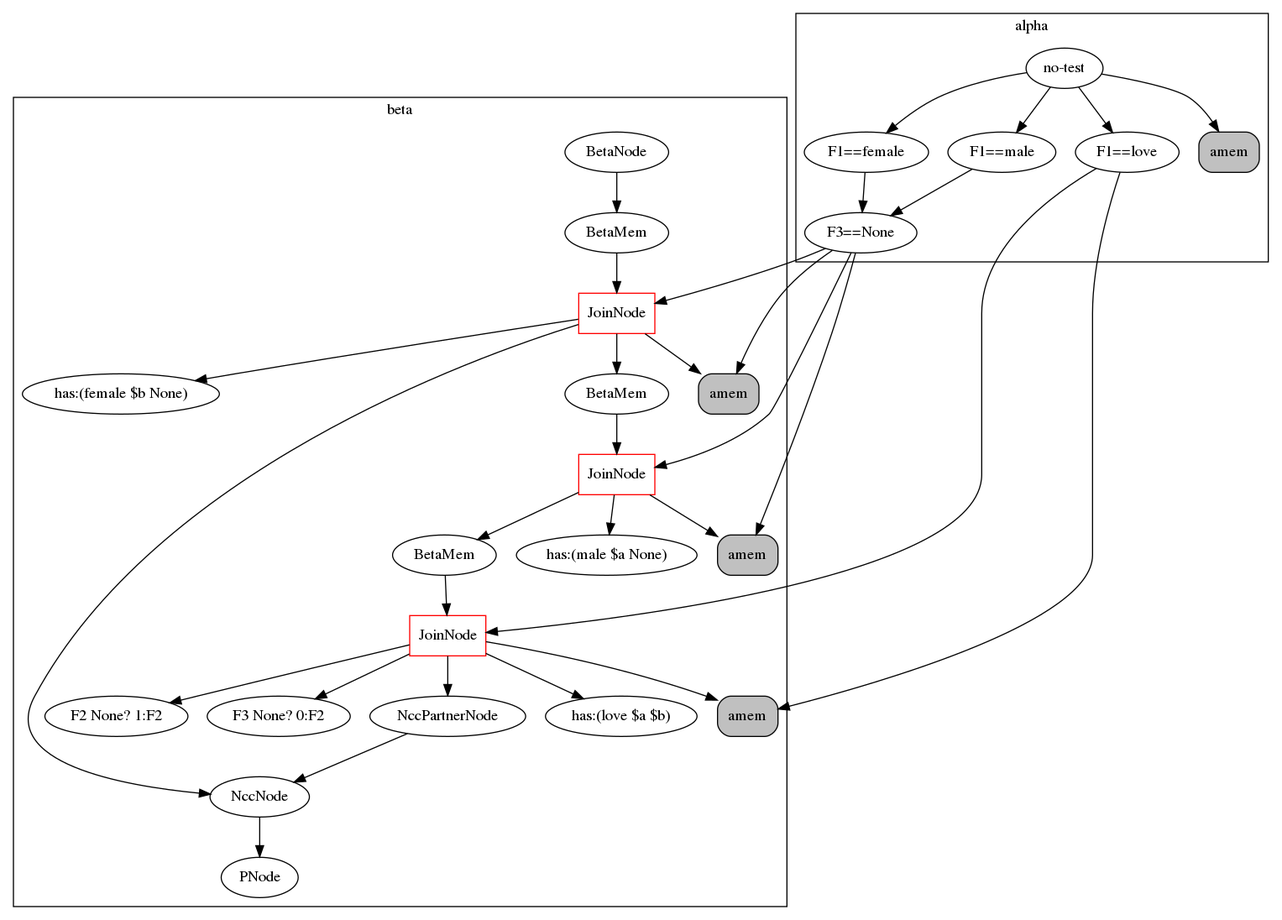
Earlier version of the Graphviz export rete.png (Cybernetic1/GIRL). Its source is kept beside it as rete.dot.
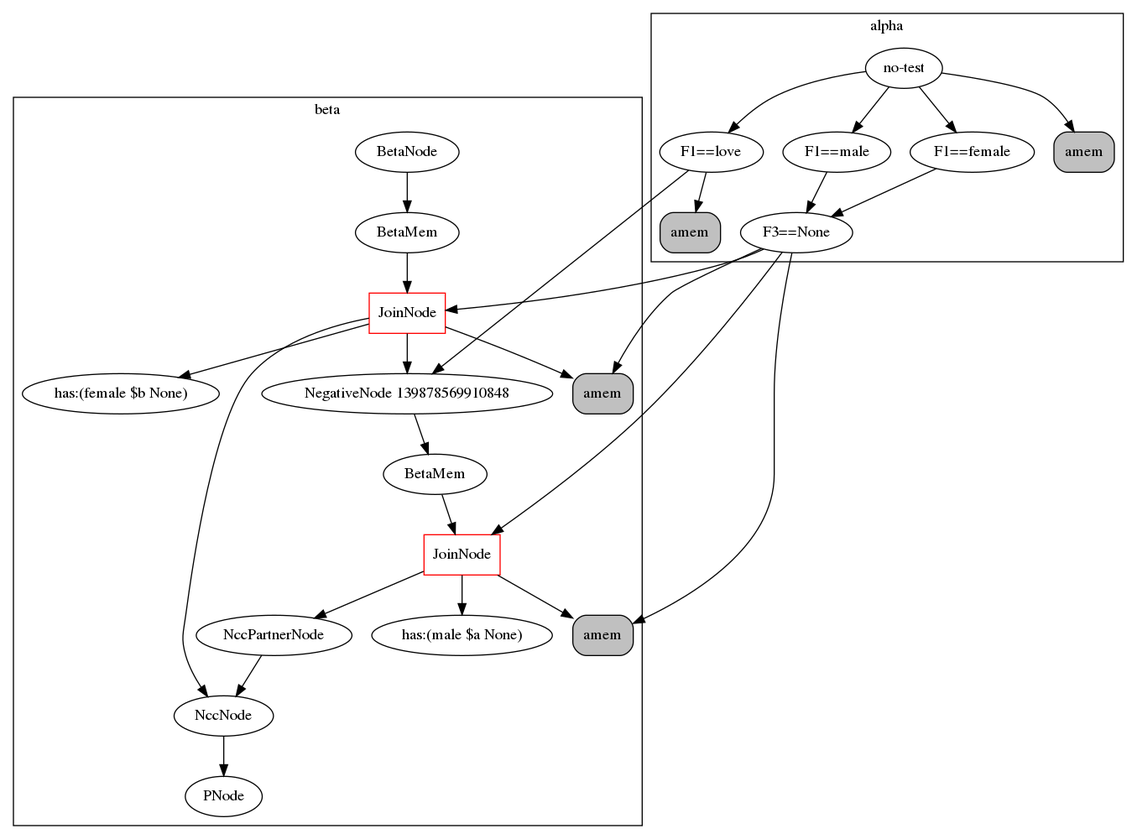
Later version of the same file.

What changed in the source:
```diff
@@ -1,52 +1,45 @@
 digraph {
 	subgraph cluster_1 {
 	label = beta
-	"BetaNode 139689726815816" [label="BetaNode"];
-	"BetaNode 139689726815816" -> "BetaMemory 139689726934320";
-	"BetaMemory 139689726934320" [label="BetaMem"];
-	"BetaMemory 139689726934320" -> "JoinNode 139689726934600";
-	"JoinNode 139689726934600" [shape=box, color=red, label="JoinNode"];
-	"JoinNode 139689726934600" -> "amem:<rete.alpha.AlphaMemory object at 0x7f0c0c8d7e10>"
-	"JoinNode 139689726934600" -> "has:(female $b None)"
-	"JoinNode 139689726934600" -> "BetaMemory 139689726934712";
-	"BetaMemory 139689726934712" [label="BetaMem"];
-	"BetaMemory 139689726934712" -> "JoinNode 139689726934936";
-	"JoinNode 139689726934936" [shape=box, color=red, label="JoinNode"];
-	"JoinNode 139689726934936" -> "amem:<rete.alpha.AlphaMemory object at 0x7f0c0c8d7f60>"
-	"JoinNode 139689726934936" -> "has:(male $a None)"
-	"JoinNode 139689726934936" -> "BetaMemory 139689726934992";
-	"BetaMemory 139689726934992" [label="BetaMem"];
-	"BetaMemory 139689726934992" -> "JoinNode 139689726980392";
-	"JoinNode 139689726980392" [shape=box, color=red, label="JoinNode"];
-	"JoinNode 139689726980392" -> "amem:<rete.alpha.AlphaMemory object at 0x7f0c0c8e3080>"
-	"JoinNode 139689726980392" -> "has:(love $a $b)"
-	"JoinNode 139689726980392" -> "F2 None? 1:F2"
-	"JoinNode 139689726980392" -> "F3 None? 0:F2"
-	"JoinNode 139689726980392" -> "<rete.ncc_node.NccPartnerNode object at 0x7f0c0c8e3160>";
-	"<rete.ncc_node.NccPartnerNode object at 0x7f0c0c8e3160>" [label="NccPartnerNode"];
-	"<rete.ncc_node.NccPartnerNode object at 0x7f0c0c8e3160>" -> "<rete.ncc_node.NccNode object at 0x7f0c0c8d7e80>";
-	"JoinNode 139689726934600" -> "<rete.ncc_node.NccNode object at 0x7f0c0c8d7e80>";
-	"<rete.ncc_node.NccNode object at 0x7f0c0c8d7e80>" [label="NccNode"];
-	"<rete.ncc_node.NccNode object at 0x7f0c0c8d7e80>" -> "PNode 139689726934264";
-	"PNode 139689726934264" [label="PNode"];
+	"BetaNode 139878569774888" [label="BetaNode"];
+	"BetaNode 139878569774888" -> "BetaMemory 139878569873360";
+	"BetaMemory 139878569873360" [label="BetaMem"];
+	"BetaMemory 139878569873360" -> "JoinNode 139878569910568";
+	"JoinNode 139878569910568" [shape=box, color=red, label="JoinNode"];
+	"JoinNode 139878569910568" -> "amem:<rete.alpha.AlphaMemory object at 0x7f380478a0f0>"
+	"JoinNode 139878569910568" -> "has:(female $b None)"
+	"JoinNode 139878569910568" -> "NegativeNode 139878569910848";
+	"NegativeNode 139878569910848" -> "BetaMemory 139878569910904";
+	"BetaMemory 139878569910904" [label="BetaMem"];
+	"BetaMemory 139878569910904" -> "JoinNode 139878569911128";
+	"JoinNode 139878569911128" [shape=box, color=red, label="JoinNode"];
+	"JoinNode 139878569911128" -> "amem:<rete.alpha.AlphaMemory object at 0x7f380478a320>"
+	"JoinNode 139878569911128" -> "has:(male $a None)"
+	"JoinNode 139878569911128" -> "<rete.ncc_node.NccPartnerNode object at 0x7f380478a390>";
+	"<rete.ncc_node.NccPartnerNode object at 0x7f380478a390>" [label="NccPartnerNode"];
+	"<rete.ncc_node.NccPartnerNode object at 0x7f380478a390>" -> "<rete.ncc_node.NccNode object at 0x7f380478a160>";
+	"JoinNode 139878569910568" -> "<rete.ncc_node.NccNode object at 0x7f380478a160>";
+	"<rete.ncc_node.NccNode object at 0x7f380478a160>" [label="NccNode"];
+	"<rete.ncc_node.NccNode object at 0x7f380478a160>" -> "PNode 139878569873304";
+	"PNode 139878569873304" [label="PNode"];
 	}
 	subgraph cluster_0 {
 	label = alpha
 	"no-test" -> "F1==female";
 	"F1==female" -> "F3==None";
-	"F3==None" -> "amem:<rete.alpha.AlphaMemory object at 0x7f0c0c8d7e10>";
-	"amem:<rete.alpha.AlphaMemory object at 0x7f0c0c8d7e10>" [shape=box, style="rounded,filled", label="amem", fillcolor=gray];
+	"F3==None" -> "amem:<rete.alpha.AlphaMemory object at 0x7f380478a0f0>";
+	"amem:<rete.alpha.AlphaMemory object at 0x7f380478a0f0>" [shape=box, style="rounded,filled", label="amem", fillcolor=gray];
+	"no-test" -> "F1==love";
+	"F1==love" -> "amem:<rete.alpha.AlphaMemory object at 0x7f380478a1d0>";
+	"amem:<rete.alpha.AlphaMemory object at 0x7f380478a1d0>" [shape=box, style="rounded,filled", label="amem", fillcolor=gray];
 	"no-test" -> "F1==male";
 	"F1==male" -> "F3==None";
-	"F3==None" -> "amem:<rete.alpha.AlphaMemory object at 0x7f0c0c8d7f60>";
-	"amem:<rete.alpha.AlphaMemory object at 0x7f0c0c8d7f60>" [shape=box, style="rounded,filled", label="amem", fillcolor=gray];
-	"no-test" -> "F1==love";
-	"F1==love" -> "amem:<rete.alpha.AlphaMemory object at 0x7f0c0c8e3080>";
-	"amem:<rete.alpha.AlphaMemory object at 0x7f0c0c8e3080>" [shape=box, style="rounded,filled", label="amem", fillcolor=gray];
-	"no-test" -> "amem:<rete.alpha.AlphaMemory object at 0x7f0c0c8bacc0>";
-	"amem:<rete.alpha.AlphaMemory object at 0x7f0c0c8bacc0>" [shape=box, style="rounded,filled", label="amem", fillcolor=gray];
+	"F3==None" -> "amem:<rete.alpha.AlphaMemory object at 0x7f380478a320>";
+	"amem:<rete.alpha.AlphaMemory object at 0x7f380478a320>" [shape=box, style="rounded,filled", label="amem", fillcolor=gray];
+	"no-test" -> "amem:<rete.alpha.AlphaMemory object at 0x7f3804768e48>";
+	"amem:<rete.alpha.AlphaMemory object at 0x7f3804768e48>" [shape=box, style="rounded,filled", label="amem", fillcolor=gray];
 	}
-	"F3==None" -> "JoinNode 139689726934600";
-	"F3==None" -> "JoinNode 139689726934936";
-	"F1==love" -> "JoinNode 139689726980392";
+	"F3==None" -> "JoinNode 139878569910568";
+	"F1==love" -> "NegativeNode 139878569910848";
+	"F3==None" -> "JoinNode 139878569911128";
 }
```
